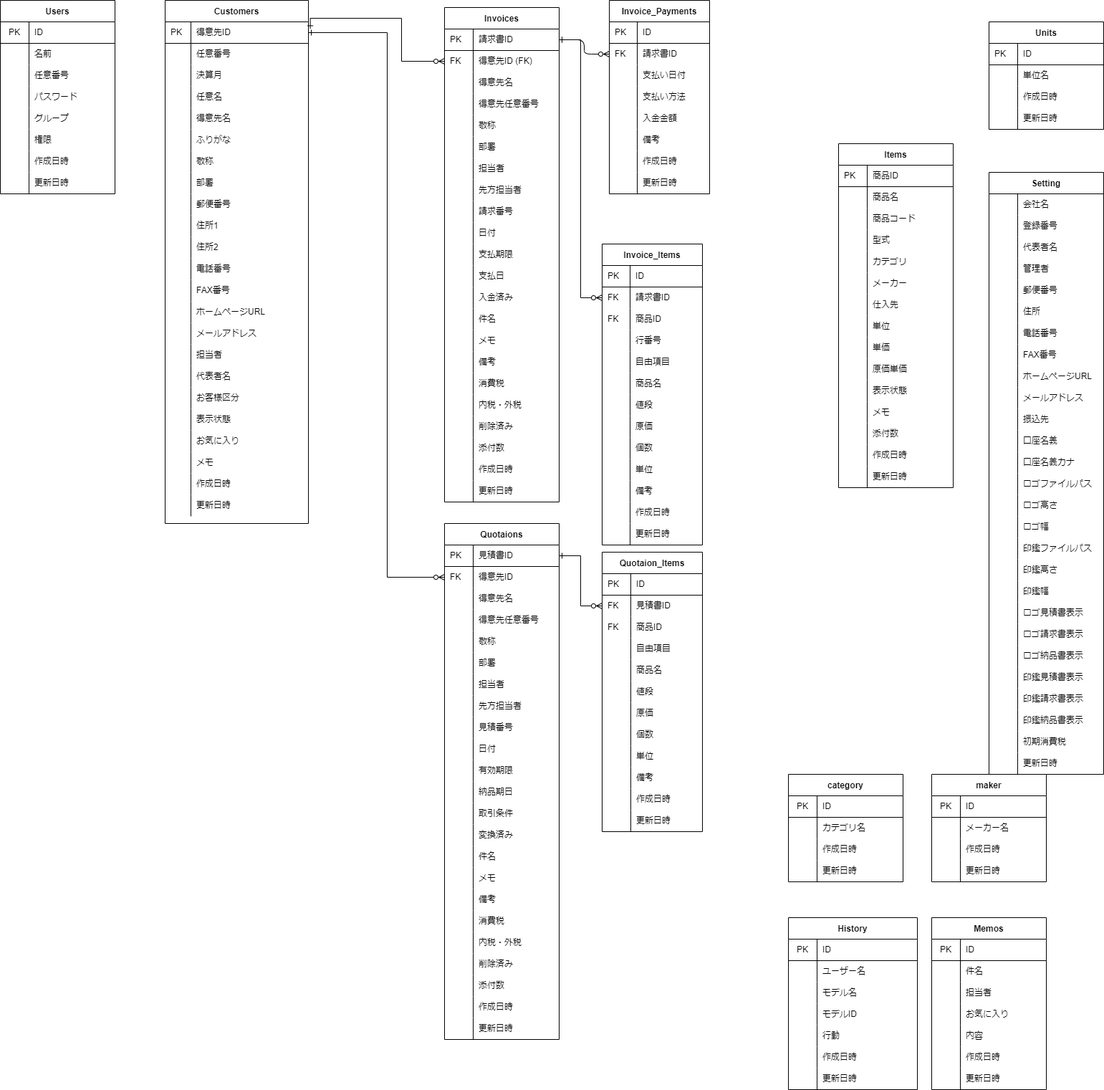
This is soho_er.png from gamasenninn/caddie-clone, a draw.io export, as it was before one commit. Source tidied: cells renumbered, new cells last; positions are measured from the earlier drawing's top-left corner, leaving out a move shared by most shapes.
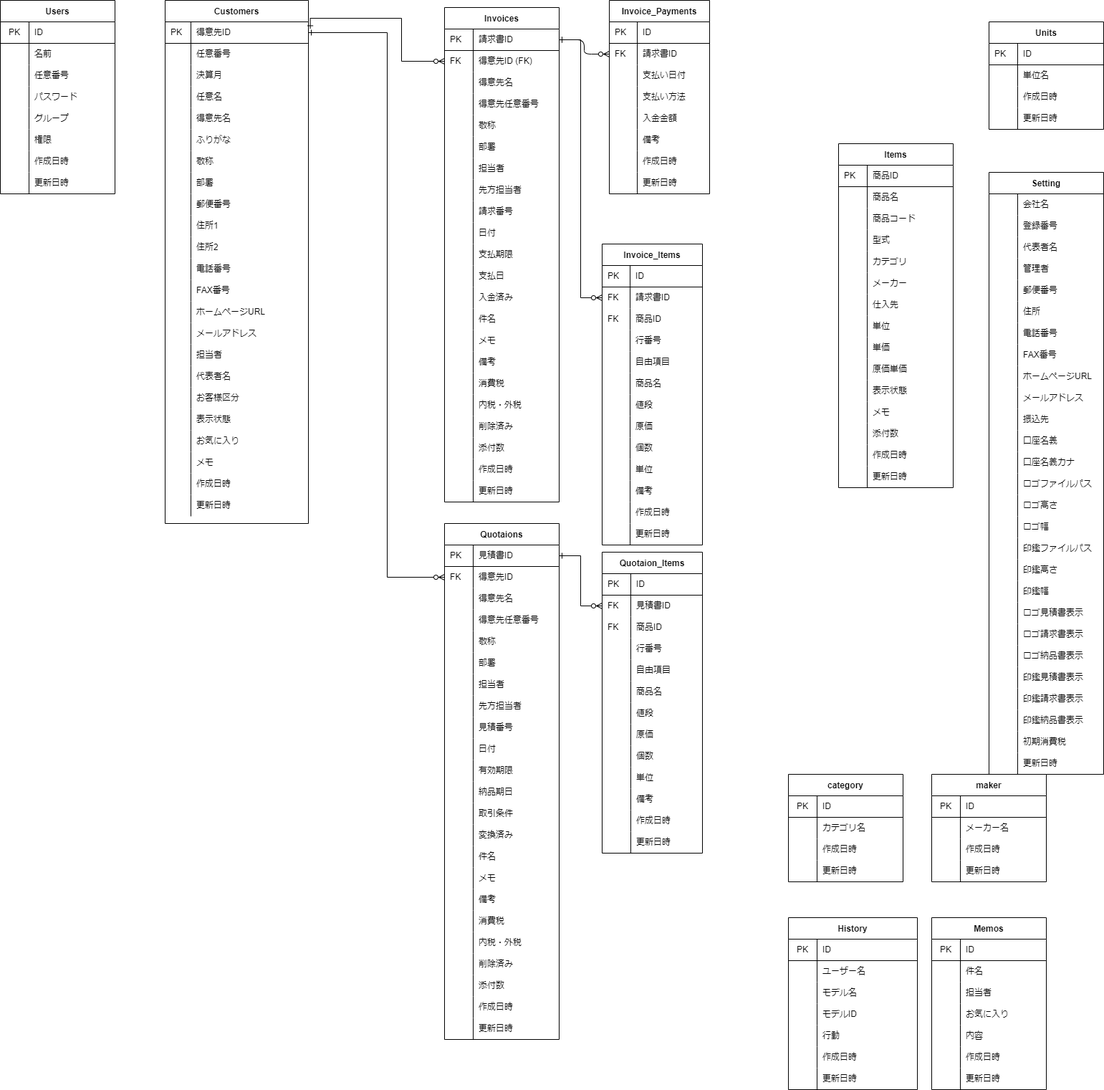
Above is the later version.

Change to the diagram source:
```diff
@@ -882,7 +882,7 @@
       <mxGeometry x="40" width="120" height="30" as="geometry" />
     </mxCell>
     <mxCell id="295" value="Quotaion_Items" style="shape=table;startSize=30;rowLines=0;fontStyle=1;align=center;" parent="1" vertex="1">
-      <mxGeometry x="840" y="770" width="140" height="390" as="geometry" />
+      <mxGeometry x="840" y="770" width="140" height="420" as="geometry" />
     </mxCell>
     <mxCell id="296" style="shape=partialRectangle;html=1;whiteSpace=wrap;fillColor=none;top=0;left=0;bottom=1;right=0;" parent="295" vertex="1">
       <mxGeometry y="30" width="140" height="30" as="geometry" />
@@ -911,8 +911,17 @@
     <mxCell id="304" value="商品ID" style="shape=partialRectangle;html=1;whiteSpace=wrap;fillColor=none;top=0;left=0;bottom=0;right=0;align=left;spacingLeft=6;overflow=hidden;" parent="302" vertex="1">
       <mxGeometry x="40" width="100" height="30" as="geometry" />
     </mxCell>
+    <mxCell id="552" style="shape=partialRectangle;html=1;whiteSpace=wrap;fillColor=none;top=0;left=0;bottom=0;right=0;" parent="295" vertex="1">
+      <mxGeometry y="120" width="140" height="30" as="geometry" />
+    </mxCell>
+    <mxCell id="553" style="shape=partialRectangle;html=1;whiteSpace=wrap;fillColor=none;top=0;left=0;bottom=0;right=0;align=left;spacingLeft=6;overflow=hidden;" parent="552" vertex="1">
+      <mxGeometry width="40" height="30" as="geometry" />
+    </mxCell>
+    <mxCell id="554" value="行番号" style="shape=partialRectangle;html=1;whiteSpace=wrap;fillColor=none;top=0;left=0;bottom=0;right=0;align=left;spacingLeft=6;overflow=hidden;" parent="552" vertex="1">
+      <mxGeometry x="40" width="100" height="30" as="geometry" />
+    </mxCell>
     <mxCell id="305" style="shape=partialRectangle;html=1;whiteSpace=wrap;fillColor=none;top=0;left=0;bottom=0;right=0;" parent="295" vertex="1">
-      <mxGeometry y="120" width="140" height="30" as="geometry" />
+      <mxGeometry y="150" width="140" height="30" as="geometry" />
     </mxCell>
     <mxCell id="306" style="shape=partialRectangle;html=1;whiteSpace=wrap;fillColor=none;top=0;left=0;bottom=0;right=0;align=left;spacingLeft=6;overflow=hidden;" parent="305" vertex="1">
       <mxGeometry width="40" height="30" as="geometry" />
@@ -921,7 +930,7 @@
       <mxGeometry x="40" width="100" height="30" as="geometry" />
     </mxCell>
     <mxCell id="308" style="shape=partialRectangle;html=1;whiteSpace=wrap;fillColor=none;top=0;left=0;bottom=0;right=0;" parent="295" vertex="1">
-      <mxGeometry y="150" width="140" height="30" as="geometry" />
+      <mxGeometry y="180" width="140" height="30" as="geometry" />
     </mxCell>
     <mxCell id="309" style="shape=partialRectangle;html=1;whiteSpace=wrap;fillColor=none;top=0;left=0;bottom=0;right=0;align=left;spacingLeft=6;overflow=hidden;" parent="308" vertex="1">
       <mxGeometry width="40" height="30" as="geometry" />
@@ -930,7 +939,7 @@
       <mxGeometry x="40" width="100" height="30" as="geometry" />
     </mxCell>
     <mxCell id="311" style="shape=partialRectangle;html=1;whiteSpace=wrap;fillColor=none;top=0;left=0;bottom=0;right=0;" parent="295" vertex="1">
-      <mxGeometry y="180" width="140" height="30" as="geometry" />
+      <mxGeometry y="210" width="140" height="30" as="geometry" />
     </mxCell>
     <mxCell id="312" style="shape=partialRectangle;html=1;whiteSpace=wrap;fillColor=none;top=0;left=0;bottom=0;right=0;align=left;spacingLeft=6;overflow=hidden;" parent="311" vertex="1">
       <mxGeometry width="40" height="30" as="geometry" />
@@ -939,7 +948,7 @@
       <mxGeometry x="40" width="100" height="30" as="geometry" />
     </mxCell>
     <mxCell id="314" style="shape=partialRectangle;html=1;whiteSpace=wrap;fillColor=none;top=0;left=0;bottom=0;right=0;" parent="295" vertex="1">
-      <mxGeometry y="210" width="140" height="30" as="geometry" />
+      <mxGeometry y="240" width="140" height="30" as="geometry" />
     </mxCell>
     <mxCell id="315" style="shape=partialRectangle;html=1;whiteSpace=wrap;fillColor=none;top=0;left=0;bottom=0;right=0;align=left;spacingLeft=6;overflow=hidden;" parent="314" vertex="1">
       <mxGeometry width="40" height="30" as="geometry" />
@@ -948,7 +957,7 @@
       <mxGeometry x="40" width="100" height="30" as="geometry" />
     </mxCell>
     <mxCell id="317" style="shape=partialRectangle;html=1;whiteSpace=wrap;fillColor=none;top=0;left=0;bottom=0;right=0;" parent="295" vertex="1">
-      <mxGeometry y="240" width="140" height="30" as="geometry" />
+      <mxGeometry y="270" width="140" height="30" as="geometry" />
     </mxCell>
     <mxCell id="318" style="shape=partialRectangle;html=1;whiteSpace=wrap;fillColor=none;top=0;left=0;bottom=0;right=0;align=left;spacingLeft=6;overflow=hidden;" parent="317" vertex="1">
       <mxGeometry width="40" height="30" as="geometry" />
@@ -957,7 +966,7 @@
       <mxGeometry x="40" width="100" height="30" as="geometry" />
     </mxCell>
     <mxCell id="320" style="shape=partialRectangle;html=1;whiteSpace=wrap;fillColor=none;top=0;left=0;bottom=0;right=0;" parent="295" vertex="1">
-      <mxGeometry y="270" width="140" height="30" as="geometry" />
+      <mxGeometry y="300" width="140" height="30" as="geometry" />
     </mxCell>
     <mxCell id="321" style="shape=partialRectangle;html=1;whiteSpace=wrap;fillColor=none;top=0;left=0;bottom=0;right=0;align=left;spacingLeft=6;overflow=hidden;" parent="320" vertex="1">
       <mxGeometry width="40" height="30" as="geometry" />
@@ -966,7 +975,7 @@
       <mxGeometry x="40" width="100" height="30" as="geometry" />
     </mxCell>
     <mxCell id="323" style="shape=partialRectangle;html=1;whiteSpace=wrap;fillColor=none;top=0;left=0;bottom=0;right=0;" parent="295" vertex="1">
-      <mxGeometry y="300" width="140" height="30" as="geometry" />
+      <mxGeometry y="330" width="140" height="30" as="geometry" />
     </mxCell>
     <mxCell id="324" style="shape=partialRectangle;html=1;whiteSpace=wrap;fillColor=none;top=0;left=0;bottom=0;right=0;align=left;spacingLeft=6;overflow=hidden;" parent="323" vertex="1">
       <mxGeometry width="40" height="30" as="geometry" />
@@ -975,7 +984,7 @@
       <mxGeometry x="40" width="100" height="30" as="geometry" />
     </mxCell>
     <mxCell id="326" style="shape=partialRectangle;html=1;whiteSpace=wrap;fillColor=none;top=0;left=0;bottom=0;right=0;" parent="295" vertex="1">
-      <mxGeometry y="330" width="140" height="30" as="geometry" />
+      <mxGeometry y="360" width="140" height="30" as="geometry" />
     </mxCell>
     <mxCell id="327" style="shape=partialRectangle;html=1;whiteSpace=wrap;fillColor=none;top=0;left=0;bottom=0;right=0;align=left;spacingLeft=6;overflow=hidden;" parent="326" vertex="1">
       <mxGeometry width="40" height="30" as="geometry" />
@@ -984,7 +993,7 @@
       <mxGeometry x="40" width="100" height="30" as="geometry" />
     </mxCell>
     <mxCell id="329" style="shape=partialRectangle;html=1;whiteSpace=wrap;fillColor=none;top=0;left=0;bottom=0;right=0;" parent="295" vertex="1">
-      <mxGeometry y="360" width="140" height="30" as="geometry" />
+      <mxGeometry y="390" width="140" height="30" as="geometry" />
     </mxCell>
     <mxCell id="330" style="shape=partialRectangle;html=1;whiteSpace=wrap;fillColor=none;top=0;left=0;bottom=0;right=0;align=left;spacingLeft=6;overflow=hidden;" parent="329" vertex="1">
       <mxGeometry width="40" height="30" as="geometry" />
```
